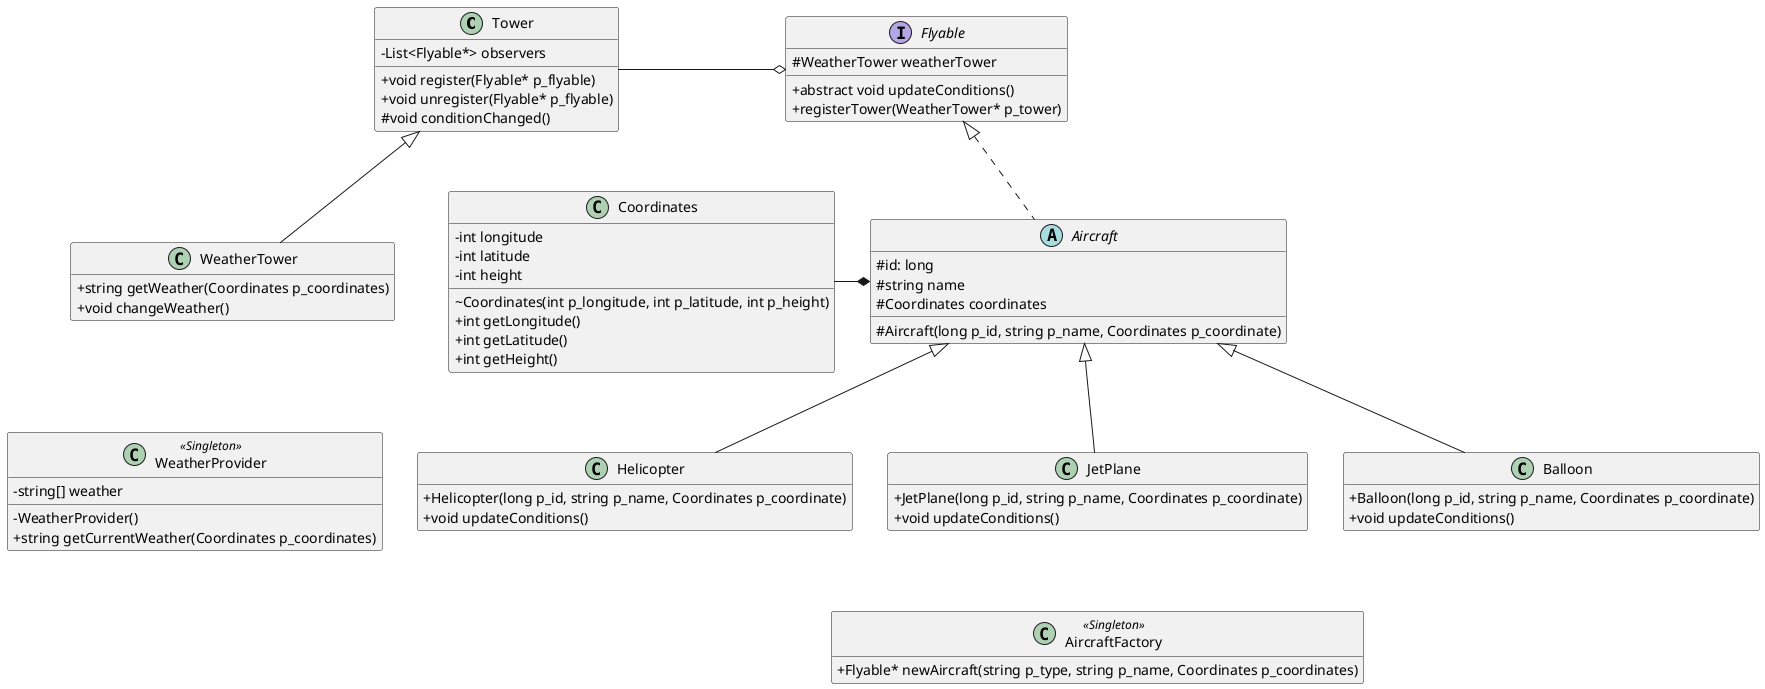
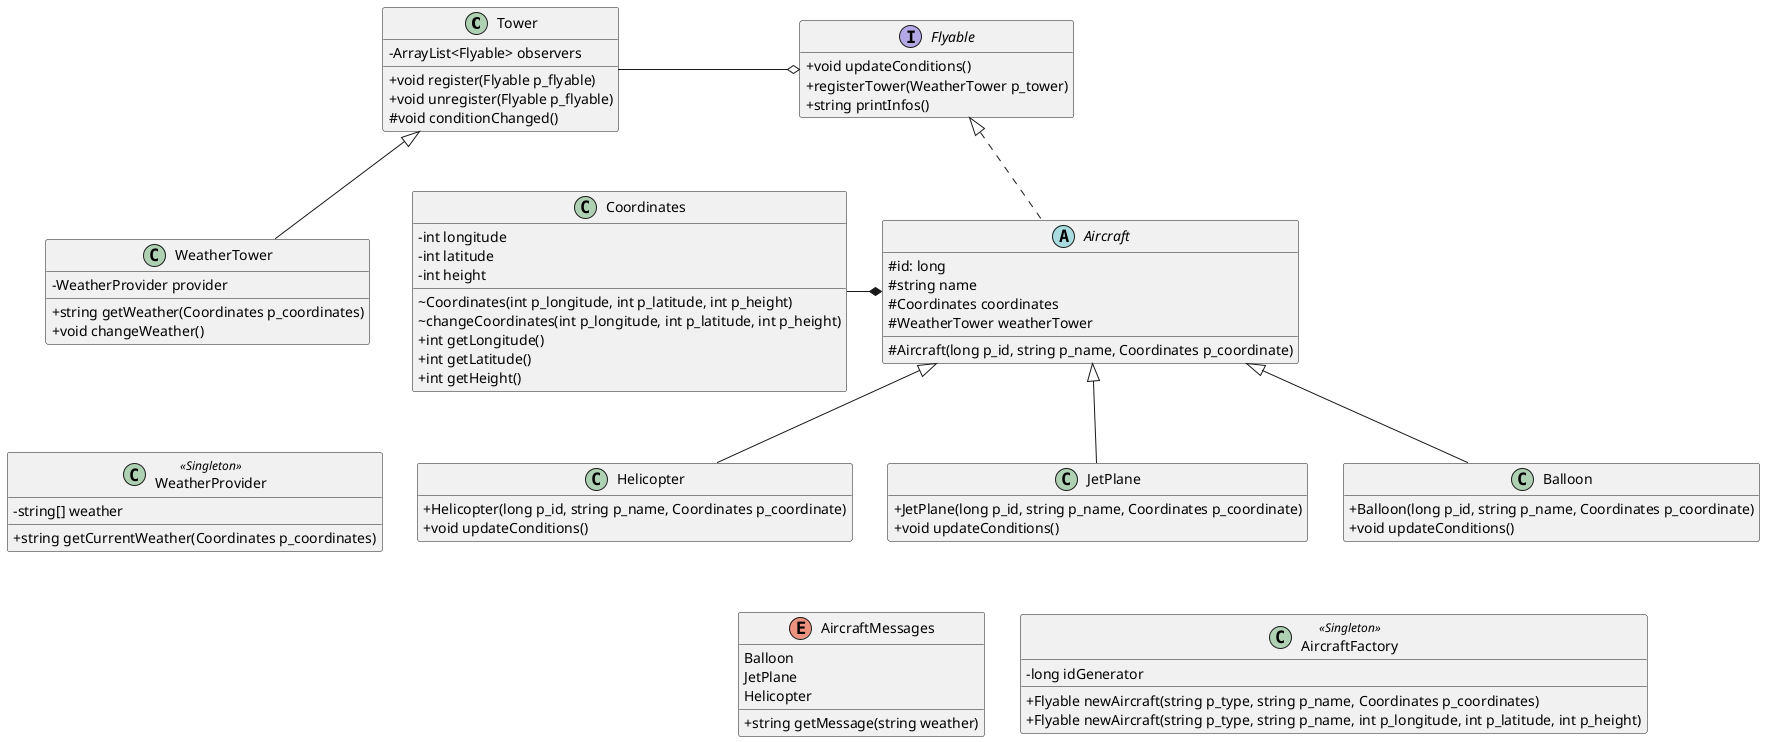
@startuml avaj-launcher
skinparam classAttributeIconSize 0
hide empty members
class Tower
{
- -List<Flyable*> observers
- +void register(Flyable* p_flyable)
- +void unregister(Flyable* p_flyable)
- #void conditionChanged()
+ 	-ArrayList<Flyable> observers
+ 	+void register(Flyable p_flyable)
+ 	+void unregister(Flyable p_flyable)
+ 	#void conditionChanged()
}

class WeatherTower
{
- +string getWeather(Coordinates p_coordinates)
- +void changeWeather()
+ 	-WeatherProvider provider
+ 	+string getWeather(Coordinates p_coordinates)
+ 	+void changeWeather()
}

class WeatherProvider <<Singleton>>
{
- -string[] weather
- -WeatherProvider()
- +string getCurrentWeather(Coordinates p_coordinates)
+ 	-string[] weather
+ 	+string getCurrentWeather(Coordinates p_coordinates)
}

class Coordinates
{
- -int longitude
- -int latitude
- -int height
- ~Coordinates(int p_longitude, int p_latitude, int p_height)
- +int getLongitude()
- +int getLatitude()
- +int getHeight()
+ 	-int longitude
+ 	-int latitude
+ 	-int height
+ 	~Coordinates(int p_longitude, int p_latitude, int p_height)
+ 	~changeCoordinates(int p_longitude, int p_latitude, int p_height)
+ 	+int getLongitude()
+ 	+int getLatitude()
+ 	+int getHeight()
}

abstract Aircraft
{
- #id: long
- #string name
- #Coordinates coordinates
- #Aircraft(long p_id, string p_name, Coordinates p_coordinate)
+ 	#id: long
+ 	#string name
+ 	#Coordinates coordinates
+ 	#Aircraft(long p_id, string p_name, Coordinates p_coordinate)
+ 	#WeatherTower weatherTower
}

interface Flyable
{
- #WeatherTower weatherTower
- +abstract void updateConditions()
- +registerTower(WeatherTower* p_tower)
+ 	+void updateConditions()
+ 	+registerTower(WeatherTower p_tower)
+ 	+string printInfos()
}

class Helicopter
{
- +Helicopter(long p_id, string p_name, Coordinates p_coordinate)
- +void updateConditions()
+ 	+Helicopter(long p_id, string p_name, Coordinates p_coordinate)
+ 	+void updateConditions()
}

class JetPlane
{
- +JetPlane(long p_id, string p_name, Coordinates p_coordinate)
- +void updateConditions()
+ 	+JetPlane(long p_id, string p_name, Coordinates p_coordinate)
+ 	+void updateConditions()
}

class Balloon
{
- +Balloon(long p_id, string p_name, Coordinates p_coordinate)
- +void updateConditions()
+ 	+Balloon(long p_id, string p_name, Coordinates p_coordinate)
+ 	+void updateConditions()
+ }
+ 
+ enum AircraftMessages
+ {
+ 	Balloon
+ 	JetPlane
+ 	Helicopter
+ 	+string getMessage(string weather)
}

class AircraftFactory <<Singleton>>
{
- +Flyable* newAircraft(string p_type, string p_name, Coordinates p_coordinates)
+ 	-long idGenerator
+ 	+Flyable newAircraft(string p_type, string p_name, Coordinates p_coordinates)
+ 	+Flyable newAircraft(string p_type, string p_name, int p_longitude, int p_latitude, int p_height)
}

Tower <|-- WeatherTower
Tower -o Flyable
Coordinates -* Aircraft
Flyable <|.. Aircraft
Aircraft <|-- Helicopter
Aircraft <|-- JetPlane
Aircraft <|-- Balloon

JetPlane -[hidden]- AircraftFactory
+ JetPlane -[hidden]- AircraftMessages
WeatherTower -[hidden]- WeatherProvider

@enduml
